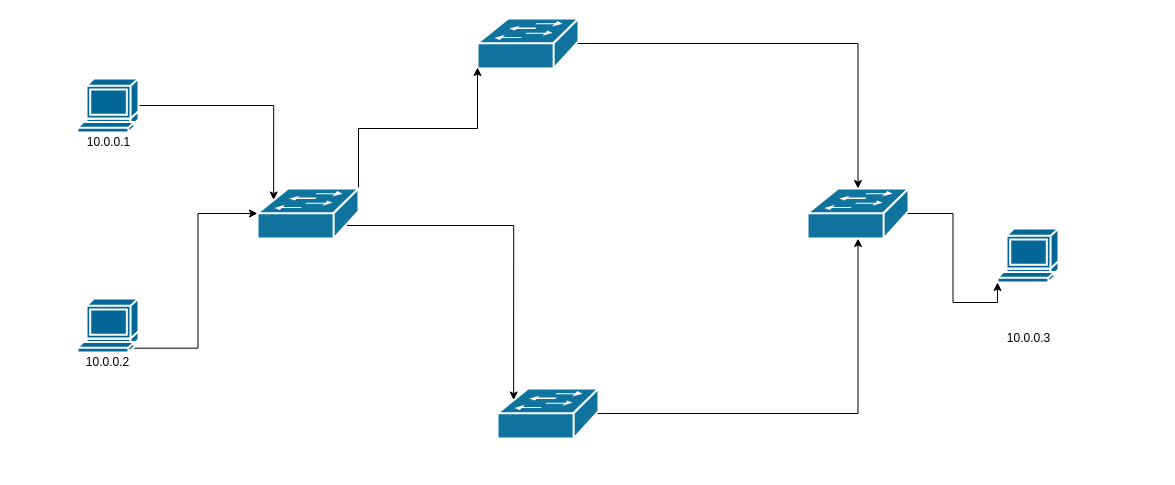
Earlier version of the draw.io diagram [2] -Topologia-2-Caminhos Estáticos/Caminhos.drawio (wesleytessaro/Cmbr-DT). Source tidied: cells renumbered, new cells numbered last; positions are measured from the earlier drawing's top-left corner, leaving out a move shared by most shapes. Both pictures are drawn from the tidied source at 100%, with x=0, y=0 at pixel (77, 18).
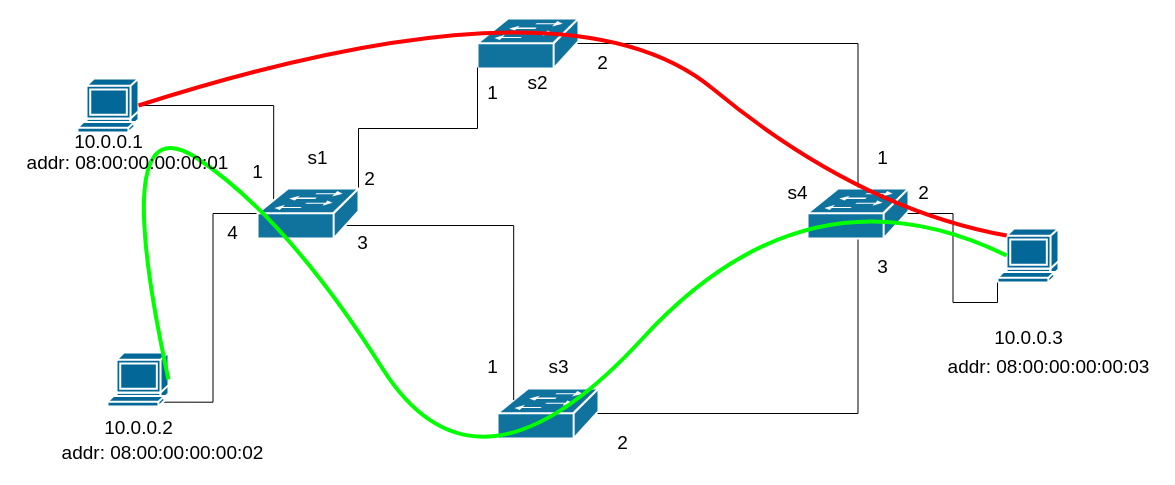
The same diagram, later.

Unchanged cells that the change refers to:
```xml
<mxCell id="3" style="shape=mxgraph.cisco.computers_and_peripherals.terminal;sketch=0;html=1;dashed=0;fillColor=#036897;strokeColor=#ffffff;strokeWidth=2;verticalLabelPosition=bottom;verticalAlign=top;align=center;outlineConnect=0;" parent="1" vertex="1">
  <mxGeometry y="60" width="61" height="54" as="geometry" />
</mxCell>
<mxCell id="6" style="shape=mxgraph.cisco.computers_and_peripherals.terminal;sketch=0;html=1;dashed=0;fillColor=#036897;strokeColor=#ffffff;strokeWidth=2;verticalLabelPosition=bottom;verticalAlign=top;align=center;outlineConnect=0;" parent="1" vertex="1">
  <mxGeometry x="920" y="210" width="61" height="54" as="geometry" />
</mxCell>
<mxCell id="8" style="shape=mxgraph.cisco.switches.workgroup_switch;html=1;dashed=0;fillColor=#10739E;strokeColor=#ffffff;strokeWidth=2;verticalLabelPosition=bottom;verticalAlign=top;fontFamily=Helvetica;fontSize=36;fontColor=#FFB366;" parent="1" vertex="1">
  <mxGeometry x="400" width="101" height="50" as="geometry" />
</mxCell>
<mxCell id="10" style="shape=mxgraph.cisco.switches.workgroup_switch;html=1;dashed=0;fillColor=#10739E;strokeColor=#ffffff;strokeWidth=2;verticalLabelPosition=bottom;verticalAlign=top;fontFamily=Helvetica;fontSize=36;fontColor=#FFB366;" parent="1" vertex="1">
  <mxGeometry x="420" y="370" width="101" height="50" as="geometry" />
</mxCell>
<mxCell id="13" style="shape=mxgraph.cisco.switches.workgroup_switch;html=1;dashed=0;fillColor=#10739E;strokeColor=#ffffff;strokeWidth=2;verticalLabelPosition=bottom;verticalAlign=top;fontFamily=Helvetica;fontSize=36;fontColor=#FFB366;" parent="1" vertex="1">
  <mxGeometry x="180" y="170" width="101" height="50" as="geometry" />
</mxCell>
<mxCell id="15" style="shape=mxgraph.cisco.switches.workgroup_switch;html=1;dashed=0;fillColor=#10739E;strokeColor=#ffffff;strokeWidth=2;verticalLabelPosition=bottom;verticalAlign=top;fontFamily=Helvetica;fontSize=36;fontColor=#FFB366;" parent="1" vertex="1">
  <mxGeometry x="730" y="170" width="101" height="50" as="geometry" />
</mxCell>
```

What changed in the source:
```diff
@@
-    <mxCell id="2" style="edgeStyle=orthogonalEdgeStyle;rounded=0;jettySize=auto;html=1;exitX=1;exitY=0.5;exitDx=0;exitDy=0;exitPerimeter=0;entryX=0.16;entryY=0.23;entryDx=0;entryDy=0;entryPerimeter=0;" parent="1" edge="1" source="3" target="13">
+    <mxCell id="2" style="edgeStyle=orthogonalEdgeStyle;rounded=0;jettySize=auto;html=1;exitX=1;exitY=0.5;exitDx=0;exitDy=0;exitPerimeter=0;entryX=0.16;entryY=0.23;entryDx=0;entryDy=0;entryPerimeter=0;endArrow=none;endFill=0;" parent="1" edge="1" source="3" target="13">
       <mxGeometry relative="1" as="geometry" />
     </mxCell>
@@
-    <mxCell id="4" style="edgeStyle=orthogonalEdgeStyle;rounded=0;jettySize=auto;html=1;exitX=0.91;exitY=0.92;exitDx=0;exitDy=0;exitPerimeter=0;entryX=0;entryY=0.5;entryDx=0;entryDy=0;entryPerimeter=0;" parent="1" edge="1" source="5" target="13">
+    <mxCell id="4" style="edgeStyle=orthogonalEdgeStyle;rounded=0;jettySize=auto;html=1;exitX=0.91;exitY=0.92;exitDx=0;exitDy=0;exitPerimeter=0;entryX=0;entryY=0.5;entryDx=0;entryDy=0;entryPerimeter=0;endArrow=none;endFill=0;" parent="1" edge="1" source="5" target="13">
       <mxGeometry relative="1" as="geometry" />
     </mxCell>
     <mxCell id="5" style="shape=mxgraph.cisco.computers_and_peripherals.terminal;sketch=0;html=1;dashed=0;fillColor=#036897;strokeColor=#ffffff;strokeWidth=2;verticalLabelPosition=bottom;verticalAlign=top;align=center;outlineConnect=0;" parent="1" vertex="1">
-      <mxGeometry y="280" width="61" height="54" as="geometry" />
+      <mxGeometry x="30" y="334" width="61" height="54" as="geometry" />
     </mxCell>
@@
-    <mxCell id="7" style="edgeStyle=orthogonalEdgeStyle;rounded=0;jettySize=auto;html=1;exitX=0.98;exitY=0.5;exitDx=0;exitDy=0;exitPerimeter=0;entryX=0.5;entryY=0;entryDx=0;entryDy=0;entryPerimeter=0;" parent="1" edge="1" source="8" target="15">
+    <mxCell id="7" style="edgeStyle=orthogonalEdgeStyle;rounded=0;jettySize=auto;html=1;exitX=0.98;exitY=0.5;exitDx=0;exitDy=0;exitPerimeter=0;entryX=0.5;entryY=0;entryDx=0;entryDy=0;entryPerimeter=0;endArrow=none;endFill=0;" parent="1" edge="1" source="8" target="15">
       <mxGeometry relative="1" as="geometry" />
     </mxCell>
@@
-    <mxCell id="9" style="edgeStyle=orthogonalEdgeStyle;rounded=0;jettySize=auto;html=1;exitX=0.98;exitY=0.5;exitDx=0;exitDy=0;exitPerimeter=0;" parent="1" edge="1" source="10" target="15">
+    <mxCell id="9" style="edgeStyle=orthogonalEdgeStyle;rounded=0;jettySize=auto;html=1;exitX=0.98;exitY=0.5;exitDx=0;exitDy=0;exitPerimeter=0;endArrow=none;endFill=0;" parent="1" edge="1" source="10" target="15">
       <mxGeometry relative="1" as="geometry" />
     </mxCell>
@@
-    <mxCell id="11" style="edgeStyle=orthogonalEdgeStyle;rounded=0;jettySize=auto;html=1;exitX=1;exitY=0;exitDx=0;exitDy=0;exitPerimeter=0;entryX=0;entryY=0.98;entryDx=0;entryDy=0;entryPerimeter=0;" parent="1" edge="1" source="13" target="8">
+    <mxCell id="11" style="edgeStyle=orthogonalEdgeStyle;rounded=0;jettySize=auto;html=1;exitX=1;exitY=0;exitDx=0;exitDy=0;exitPerimeter=0;entryX=0;entryY=0.98;entryDx=0;entryDy=0;entryPerimeter=0;endArrow=none;endFill=0;" parent="1" edge="1" source="13" target="8">
       <mxGeometry relative="1" as="geometry" />
     </mxCell>
-    <mxCell id="12" style="edgeStyle=orthogonalEdgeStyle;rounded=0;jettySize=auto;html=1;exitX=0.87;exitY=0.74;exitDx=0;exitDy=0;exitPerimeter=0;entryX=0.16;entryY=0.23;entryDx=0;entryDy=0;entryPerimeter=0;" parent="1" edge="1" source="13" target="10">
+    <mxCell id="12" style="edgeStyle=orthogonalEdgeStyle;rounded=0;jettySize=auto;html=1;exitX=0.87;exitY=0.74;exitDx=0;exitDy=0;exitPerimeter=0;entryX=0.16;entryY=0.23;entryDx=0;entryDy=0;entryPerimeter=0;endArrow=none;endFill=0;" parent="1" edge="1" source="13" target="10">
       <mxGeometry relative="1" as="geometry" />
     </mxCell>
@@
-    <mxCell id="14" style="edgeStyle=orthogonalEdgeStyle;rounded=0;jettySize=auto;html=1;exitX=0.98;exitY=0.5;exitDx=0;exitDy=0;exitPerimeter=0;entryX=0;entryY=1;entryDx=0;entryDy=0;entryPerimeter=0;" parent="1" edge="1" source="15" target="6">
+    <mxCell id="14" style="edgeStyle=orthogonalEdgeStyle;rounded=0;jettySize=auto;html=1;exitX=0.98;exitY=0.5;exitDx=0;exitDy=0;exitPerimeter=0;entryX=0;entryY=1;entryDx=0;entryDy=0;entryPerimeter=0;endArrow=none;endFill=0;" parent="1" edge="1" source="15" target="6">
       <mxGeometry relative="1" as="geometry" />
     </mxCell>
@@
-    <mxCell id="16" value="10.0.0.1" style="text;html=1;align=center;verticalAlign=middle;strokeColor=none;fillColor=none;" parent="1" vertex="1">
-      <mxGeometry x="0.5" y="114" width="60" height="20" as="geometry" />
+    <mxCell id="16" value="10.0.0.1" style="text;html=1;align=center;verticalAlign=middle;strokeColor=none;fillColor=none;fontSize=19;" parent="1" vertex="1">
+      <mxGeometry x="-9.5" y="109" width="80" height="30" as="geometry" />
     </mxCell>
-    <mxCell id="17" value="10.0.0.2" style="text;html=1;align=center;verticalAlign=middle;strokeColor=none;fillColor=none;" parent="1" vertex="1">
-      <mxGeometry y="334" width="60" height="20" as="geometry" />
+    <mxCell id="17" value="10.0.0.2" style="text;html=1;align=center;verticalAlign=middle;strokeColor=none;fillColor=none;fontSize=19;" parent="1" vertex="1">
+      <mxGeometry x="21" y="395" width="80" height="30" as="geometry" />
     </mxCell>
-    <mxCell id="18" value="10.0.0.3" style="text;html=1;align=center;verticalAlign=middle;strokeColor=none;fillColor=none;" parent="1" vertex="1">
-      <mxGeometry x="921" y="310" width="60" height="20" as="geometry" />
+    <mxCell id="18" value="10.0.0.3" style="text;html=1;align=center;verticalAlign=middle;strokeColor=none;fillColor=none;fontSize=19;" parent="1" vertex="1">
+      <mxGeometry x="911" y="305" width="80" height="30" as="geometry" />
     </mxCell>
+    <mxCell id="19" style="curved=1;endArrow=none;html=1;rounded=0;fontSize=19;exitX=1;exitY=0.5;exitDx=0;exitDy=0;exitPerimeter=0;strokeColor=#00FF00;strokeWidth=4;entryX=0.15;entryY=0.5;entryDx=0;entryDy=0;entryPerimeter=0;endFill=0;" parent="1" edge="1" source="5" target="6">
+      <mxGeometry relative="1" as="geometry">
+        <Array as="points">
+          <mxPoint x="30" y="80" />
+          <mxPoint x="210" y="200" />
+          <mxPoint x="400" y="500" />
+          <mxPoint x="730" y="140" />
+        </Array>
+      </mxGeometry>
+    </mxCell>
+    <mxCell id="20" style="curved=1;endArrow=none;html=1;rounded=0;fontSize=19;strokeColor=#FF0000;strokeWidth=4;exitX=1;exitY=0.5;exitDx=0;exitDy=0;exitPerimeter=0;entryX=0.15;entryY=0.13;entryDx=0;entryDy=0;entryPerimeter=0;endFill=0;" parent="1" edge="1" source="3" target="6">
+      <mxGeometry relative="1" as="geometry">
+        <Array as="points">
+          <mxPoint x="490" y="-50" />
+          <mxPoint x="780" y="190" />
+        </Array>
+      </mxGeometry>
+    </mxCell>
+    <mxCell id="21" value="s1" style="text;html=1;align=center;verticalAlign=middle;strokeColor=none;fillColor=none;fontSize=19;" parent="1" vertex="1">
+      <mxGeometry x="220" y="125" width="40" height="30" as="geometry" />
+    </mxCell>
+    <mxCell id="22" value="s2" style="text;html=1;align=center;verticalAlign=middle;strokeColor=none;fillColor=none;fontSize=19;" parent="1" vertex="1">
+      <mxGeometry x="440" y="50" width="40" height="30" as="geometry" />
+    </mxCell>
+    <mxCell id="23" value="s3" style="text;html=1;align=center;verticalAlign=middle;strokeColor=none;fillColor=none;fontSize=19;" parent="1" vertex="1">
+      <mxGeometry x="461" y="334" width="40" height="30" as="geometry" />
+    </mxCell>
+    <mxCell id="24" value="s4" style="text;html=1;align=center;verticalAlign=middle;strokeColor=none;fillColor=none;fontSize=19;" parent="1" vertex="1">
+      <mxGeometry x="700" y="160" width="40" height="30" as="geometry" />
+    </mxCell>
+    <mxCell id="25" value="1" style="text;html=1;align=center;verticalAlign=middle;strokeColor=none;fillColor=none;fontSize=19;" parent="1" vertex="1">
+      <mxGeometry x="165" y="139" width="30" height="30" as="geometry" />
+    </mxCell>
+    <mxCell id="26" value="2" style="text;html=1;align=center;verticalAlign=middle;strokeColor=none;fillColor=none;fontSize=19;" parent="1" vertex="1">
+      <mxGeometry x="277" y="146" width="30" height="30" as="geometry" />
+    </mxCell>
+    <mxCell id="27" value="3" style="text;html=1;align=center;verticalAlign=middle;strokeColor=none;fillColor=none;fontSize=19;" parent="1" vertex="1">
+      <mxGeometry x="270" y="210" width="30" height="30" as="geometry" />
+    </mxCell>
+    <mxCell id="28" value="4" style="text;html=1;align=center;verticalAlign=middle;strokeColor=none;fillColor=none;fontSize=19;" parent="1" vertex="1">
+      <mxGeometry x="140" y="200" width="30" height="30" as="geometry" />
+    </mxCell>
+    <mxCell id="29" value="1" style="text;html=1;align=center;verticalAlign=middle;strokeColor=none;fillColor=none;fontSize=19;" parent="1" vertex="1">
+      <mxGeometry x="400" y="60" width="30" height="30" as="geometry" />
+    </mxCell>
+    <mxCell id="30" value="2" style="text;html=1;align=center;verticalAlign=middle;strokeColor=none;fillColor=none;fontSize=19;" parent="1" vertex="1">
+      <mxGeometry x="510" y="30" width="30" height="30" as="geometry" />
+    </mxCell>
+    <mxCell id="31" value="1" style="text;html=1;align=center;verticalAlign=middle;strokeColor=none;fillColor=none;fontSize=19;" parent="1" vertex="1">
+      <mxGeometry x="400" y="334" width="30" height="30" as="geometry" />
+    </mxCell>
+    <mxCell id="32" value="2" style="text;html=1;align=center;verticalAlign=middle;strokeColor=none;fillColor=none;fontSize=19;" parent="1" vertex="1">
+      <mxGeometry x="530" y="410" width="30" height="30" as="geometry" />
+    </mxCell>
+    <mxCell id="33" value="1" style="text;html=1;align=center;verticalAlign=middle;strokeColor=none;fillColor=none;fontSize=19;" parent="1" vertex="1">
+      <mxGeometry x="790" y="125" width="30" height="30" as="geometry" />
+    </mxCell>
+    <mxCell id="34" value="2" style="text;html=1;align=center;verticalAlign=middle;strokeColor=none;fillColor=none;fontSize=19;" parent="1" vertex="1">
+      <mxGeometry x="831" y="160" width="30" height="30" as="geometry" />
+    </mxCell>
+    <mxCell id="35" value="3" style="text;html=1;align=center;verticalAlign=middle;strokeColor=none;fillColor=none;fontSize=19;" parent="1" vertex="1">
+      <mxGeometry x="790" y="234" width="30" height="30" as="geometry" />
+    </mxCell>
+    <mxCell id="36" value="addr:&amp;nbsp;08:00:00:00:00:02" style="text;html=1;align=center;verticalAlign=middle;strokeColor=none;fillColor=none;fontSize=19;" parent="1" vertex="1">
+      <mxGeometry x="-25" y="420" width="220" height="30" as="geometry" />
+    </mxCell>
+    <mxCell id="37" value="addr:&amp;nbsp;08:00:00:00:00:01" style="text;html=1;align=center;verticalAlign=middle;strokeColor=none;fillColor=none;fontSize=19;" parent="1" vertex="1">
+      <mxGeometry x="-60" y="130" width="220" height="30" as="geometry" />
+    </mxCell>
+    <mxCell id="38" value="addr:&amp;nbsp;08:00:00:00:00:03" style="text;html=1;align=center;verticalAlign=middle;strokeColor=none;fillColor=none;fontSize=19;" parent="1" vertex="1">
+      <mxGeometry x="861" y="334" width="220" height="30" as="geometry" />
+    </mxCell>
```
